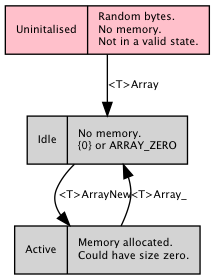
Before: web/states.png, a diagram exported from Graphviz (neil-edelman/boxes). Its source is kept beside it as web/states.gv.
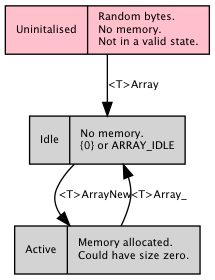
Above is the later version.

Diff of the diagram source:
```diff
@@ -6,7 +6,7 @@
 
 	node [ shape=record, style=filled ];
 	null [ label = "Uninitalised|Random bytes.\lNo memory.\lNot in a valid state.\l", fillcolor = pink ];
-	static [ label = "Idle|No memory.\l\{0\} or ARRAY_ZERO\l" ];
+	static [ label = "Idle|No memory.\l\{0\} or ARRAY_IDLE\l" ];
 	dynamic [ label = "Active|Memory allocated.\lCould have size zero.\l" ];
 	null -> static [ label = "<T>Array" ];
 	static -> dynamic [ label = "<T>ArrayNew\l" ];
```
